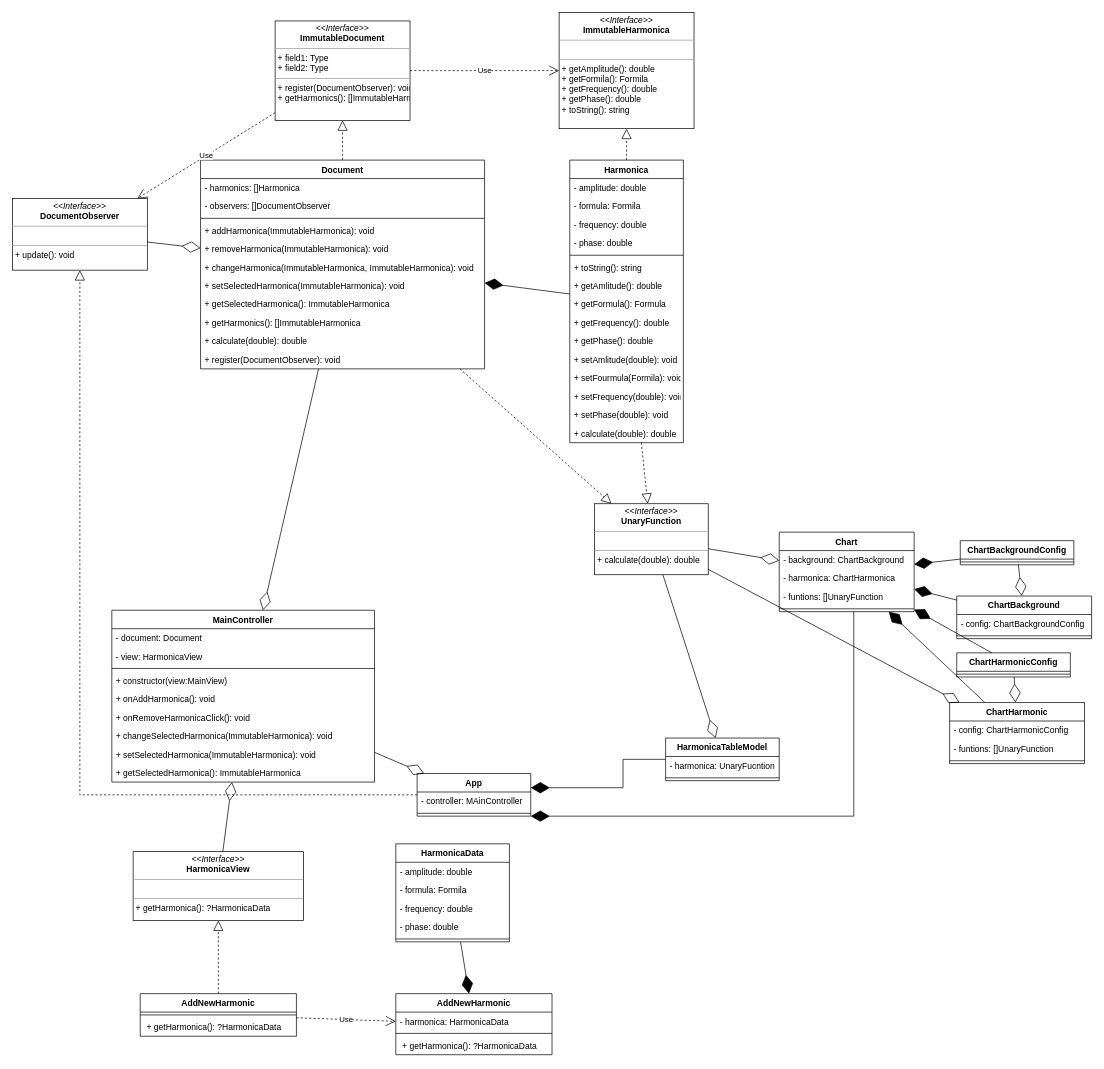
liebeSonne/ood-labs keeps this draw.io diagram as labs/09/lab9v1/lab9v1.drawio. Above is the earlier version. Source tidied: cells renumbered, new cells numbered last; positions are measured from the earlier drawing's top-left corner, leaving out a move shared by most shapes. Both pictures are drawn from the tidied source at 71%, with x=0, y=0 at pixel (12, 12).
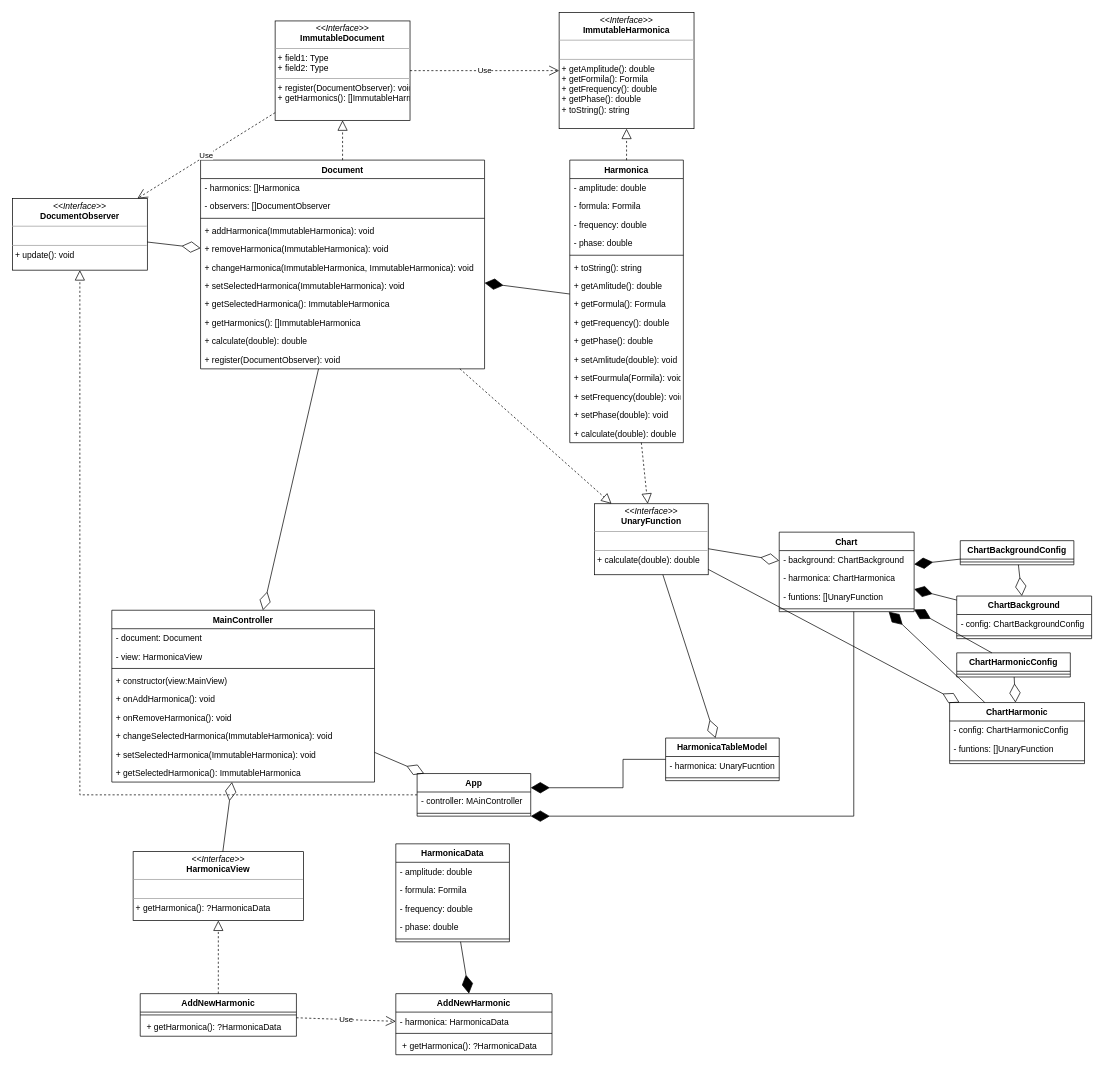
The same page after the edit.

The change refers to these unchanged cells:
```xml
<mxCell id="14" value="MainController" style="swimlane;fontStyle=1;align=center;verticalAlign=top;horizontal=1;startSize=26;" parent="1" vertex="1">
  <mxGeometry x="140" y="842" width="370" height="242" as="geometry" />
</mxCell>
```

What changed in the source:
```diff
@@
-    <mxCell id="20" value="+ onRemoveHarmonicaClick(): void" style="text;strokeColor=none;fillColor=none;align=left;verticalAlign=top;spacingLeft=4;spacingRight=4;overflow=hidden;" parent="14" vertex="1">
+    <mxCell id="20" value="+ onRemoveHarmonica(): void" style="text;strokeColor=none;fillColor=none;align=left;verticalAlign=top;spacingLeft=4;spacingRight=4;overflow=hidden;" parent="14" vertex="1">
       <mxGeometry y="138" width="370" height="26" as="geometry" />
     </mxCell>
```
